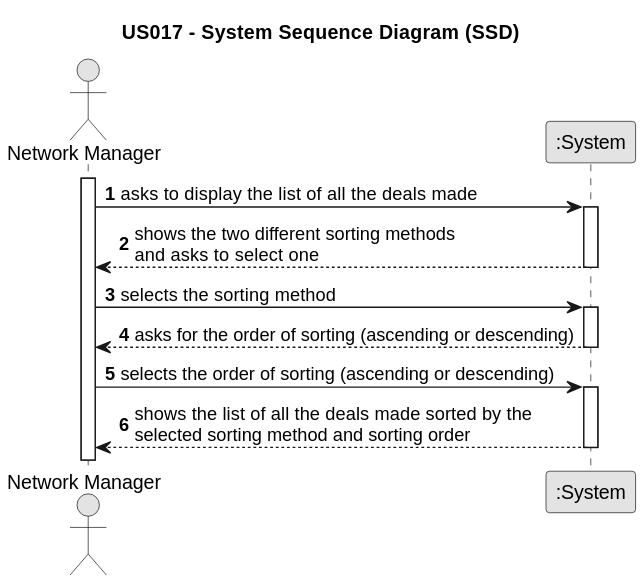
Before: docs/sprintD/us017/01.requirements-engineering/svg/us017-system-sequence-diagram.svg, a diagram exported from PlantUML (1220812/LAPR2).
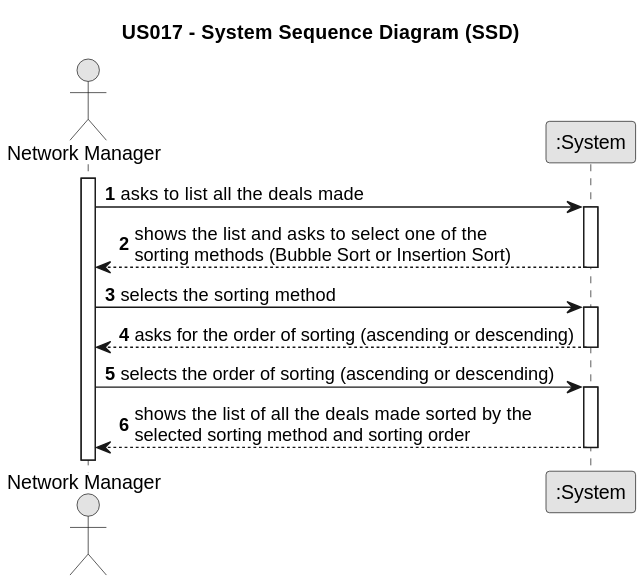
Later version of the same file.

Diff of the diagram source:
```diff
@@ -12,11 +12,11 @@
 
 activate NM
 
-    NM -> System : asks to display the list of all the deals made
+    NM -> System : asks to list all the deals made
 
     activate System
 
-        System --> NM : shows the two different sorting methods \nand asks to select one
+        System --> NM : shows the list and asks to select one of the \nsorting methods (Bubble Sort or Insertion Sort)
 
     deactivate System
 
```
